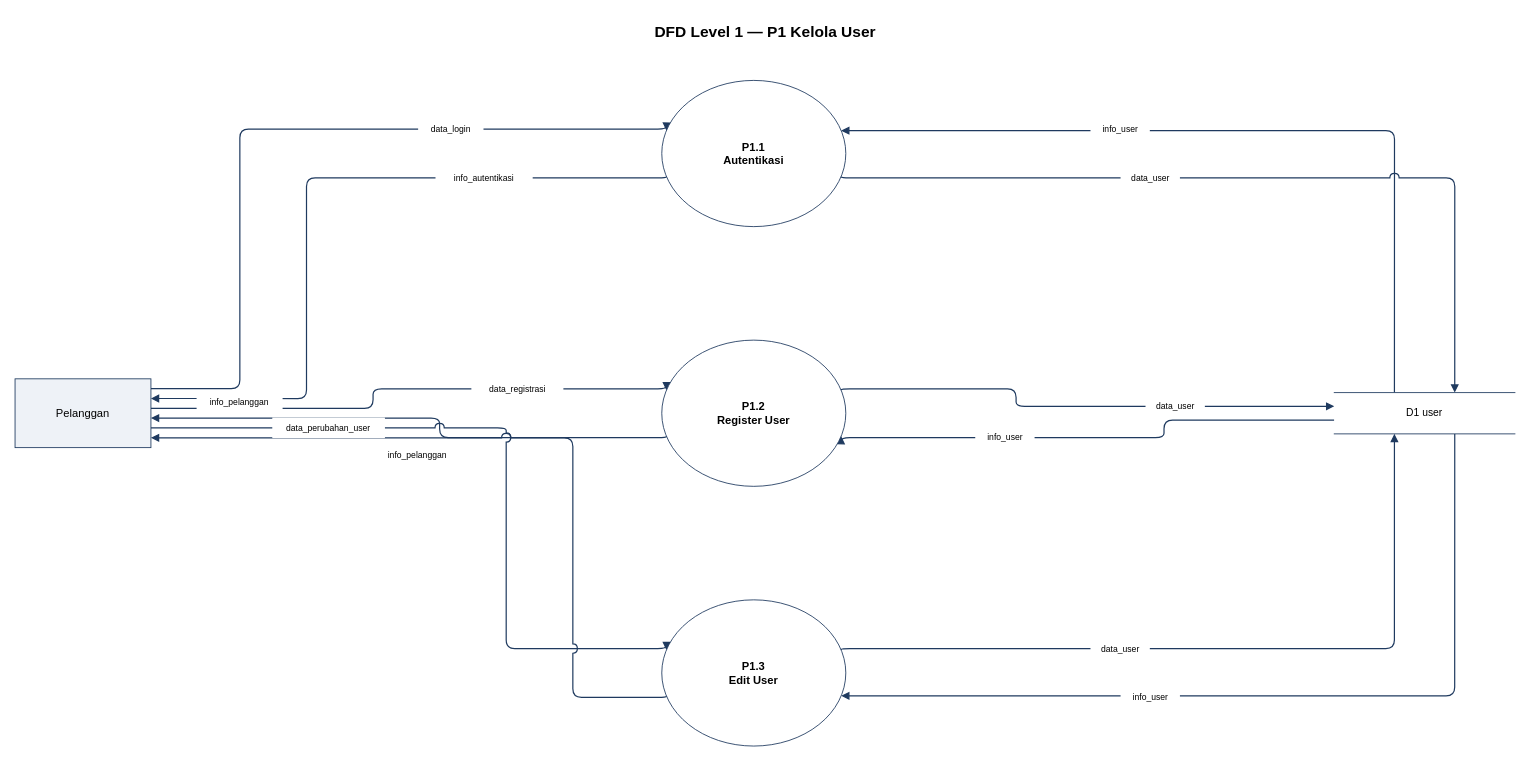
This is result/without/mellogang_dfd_level1_P1.drawio from ryuken25/diagrams, a draw.io file, before an edit. Source tidied: cells renumbered, new cells numbered last; positions are measured from the earlier drawing's top-left corner, leaving out a move shared by most shapes. Both pictures are drawn from the tidied source at 86%, with x=0, y=0 at pixel (15, 15).
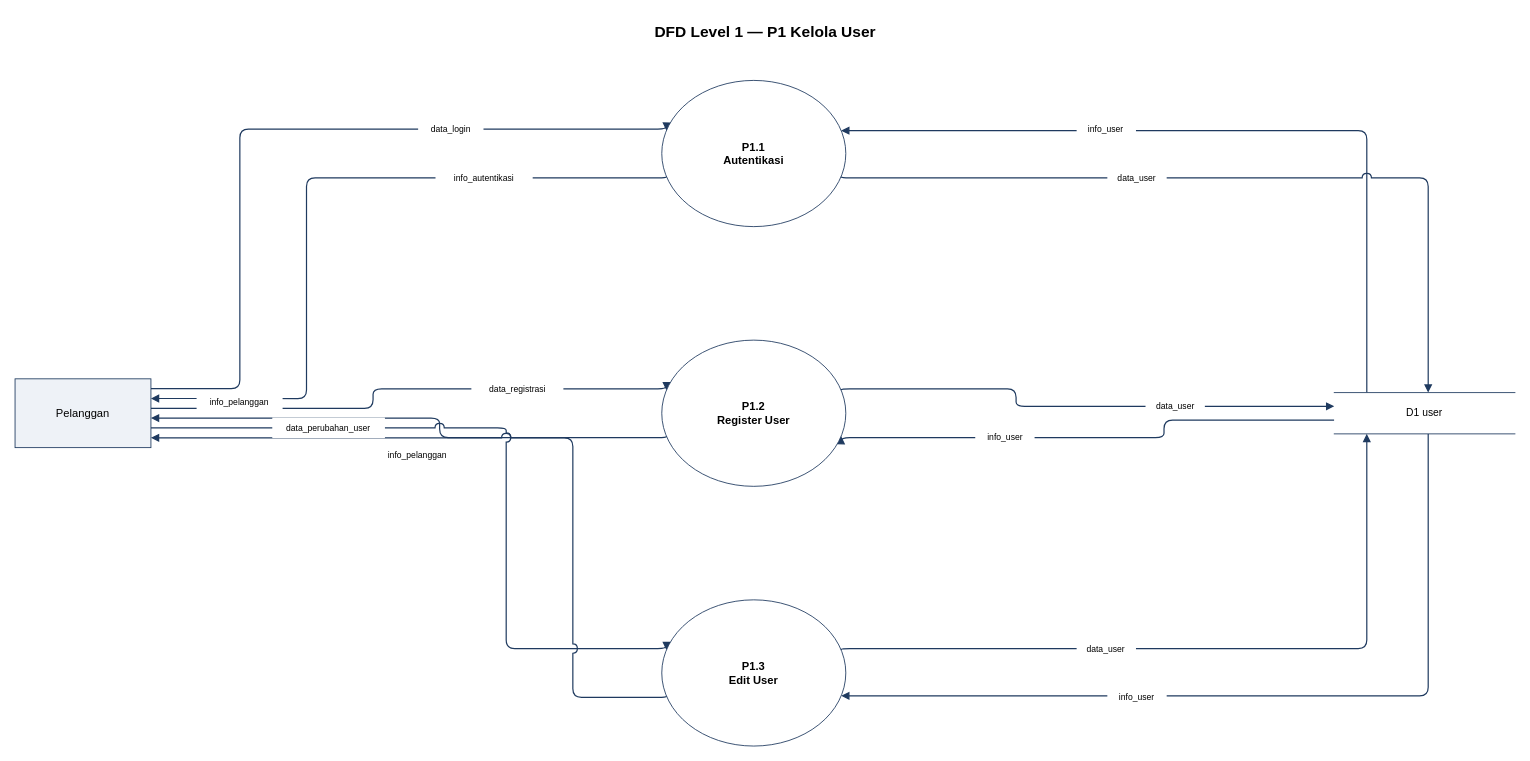
The same diagram, later.

Unchanged cells that the change refers to:
```xml
<mxCell id="14" value="P1.1&#10;Autentikasi" style="ellipse;whiteSpace=wrap;html=1;fillColor=#FFFFFF;strokeColor=#1F3A5F;fontSize=13;fontStyle=1;verticalAlign=middle;" parent="1" vertex="1">
  <mxGeometry x="752" y="76" width="214" height="170" as="geometry" />
</mxCell>
<mxCell id="16" value="P1.3&#10;Edit User" style="ellipse;whiteSpace=wrap;html=1;fillColor=#FFFFFF;strokeColor=#1F3A5F;fontSize=13;fontStyle=1;verticalAlign=middle;" parent="1" vertex="1">
  <mxGeometry x="752" y="680" width="214" height="170" as="geometry" />
</mxCell>
<mxCell id="18" value="D1  user" style="shape=partialRectangle;top=1;bottom=1;left=0;right=0;whiteSpace=wrap;html=1;fillColor=#FFFFFF;strokeColor=#1F3A5F;fontSize=12;align=center;" parent="1" vertex="1">
  <mxGeometry x="1534" y="439" width="210" height="48" as="geometry" />
</mxCell>
```

The edit, as a diff of the source:
```diff
@@
-    <mxCell id="8" style="html=1;rounded=1;strokeColor=#1F3A5F;strokeWidth=1.4;endArrow=block;startArrow=none;jumpStyle=arc;jumpSize=10;edgeStyle=orthogonalEdgeStyle;exitX=0.333;exitY=0.000;entryX=1.000;entryY=0.333;exitDx=0;exitDy=0;entryDx=0;entryDy=0;" parent="1" edge="1" source="18" target="14">
+    <mxCell id="8" style="html=1;rounded=1;strokeColor=#1F3A5F;strokeWidth=1.4;endArrow=block;startArrow=none;jumpStyle=arc;jumpSize=10;edgeStyle=orthogonalEdgeStyle;exitX=0.180;exitY=0.000;entryX=1.000;entryY=0.333;exitDx=0;exitDy=0;entryDx=0;entryDy=0;" parent="1" edge="1" source="18" target="14">
       <mxGeometry relative="1" as="geometry">
         <Array as="points">
-          <mxPoint x="1604" y="439" />
-          <mxPoint x="1604" y="132.7" />
+          <mxPoint x="1571.8" y="439" />
+          <mxPoint x="1571.8" y="132.7" />
         </Array>
       </mxGeometry>
     </mxCell>
-    <mxCell id="9" style="html=1;rounded=1;strokeColor=#1F3A5F;strokeWidth=1.4;endArrow=block;startArrow=none;jumpStyle=arc;jumpSize=10;edgeStyle=orthogonalEdgeStyle;exitX=1.000;exitY=0.667;entryX=0.667;entryY=0.000;exitDx=0;exitDy=0;entryDx=0;entryDy=0;" parent="1" edge="1" source="14" target="18">
+    <mxCell id="9" style="html=1;rounded=1;strokeColor=#1F3A5F;strokeWidth=1.4;endArrow=block;startArrow=none;jumpStyle=arc;jumpSize=10;edgeStyle=orthogonalEdgeStyle;exitX=1.000;exitY=0.667;entryX=0.520;entryY=0.000;exitDx=0;exitDy=0;entryDx=0;entryDy=0;" parent="1" edge="1" source="14" target="18">
       <mxGeometry relative="1" as="geometry">
         <Array as="points">
-          <mxPoint x="1674" y="189.3" />
-          <mxPoint x="1674" y="439" />
+          <mxPoint x="1643.2" y="189.3" />
+          <mxPoint x="1643.2" y="439" />
         </Array>
       </mxGeometry>
     </mxCell>
@@
-    <mxCell id="12" style="html=1;rounded=1;strokeColor=#1F3A5F;strokeWidth=1.4;endArrow=block;startArrow=none;jumpStyle=arc;jumpSize=10;edgeStyle=orthogonalEdgeStyle;exitX=1.000;exitY=0.333;entryX=0.333;entryY=1.000;exitDx=0;exitDy=0;entryDx=0;entryDy=0;" parent="1" edge="1" source="16" target="18">
+    <mxCell id="12" style="html=1;rounded=1;strokeColor=#1F3A5F;strokeWidth=1.4;endArrow=block;startArrow=none;jumpStyle=arc;jumpSize=10;edgeStyle=orthogonalEdgeStyle;exitX=1.000;exitY=0.333;entryX=0.180;entryY=1.000;exitDx=0;exitDy=0;entryDx=0;entryDy=0;" parent="1" edge="1" source="16" target="18">
       <mxGeometry relative="1" as="geometry">
         <Array as="points">
-          <mxPoint x="1604" y="736.7" />
-          <mxPoint x="1604" y="487" />
+          <mxPoint x="1571.8" y="736.7" />
+          <mxPoint x="1571.8" y="487" />
         </Array>
       </mxGeometry>
     </mxCell>
-    <mxCell id="13" style="html=1;rounded=1;strokeColor=#1F3A5F;strokeWidth=1.4;endArrow=block;startArrow=none;jumpStyle=arc;jumpSize=10;edgeStyle=orthogonalEdgeStyle;exitX=0.667;exitY=1.000;entryX=1.000;entryY=0.667;exitDx=0;exitDy=0;entryDx=0;entryDy=0;" parent="1" edge="1" source="18" target="16">
+    <mxCell id="13" style="html=1;rounded=1;strokeColor=#1F3A5F;strokeWidth=1.4;endArrow=block;startArrow=none;jumpStyle=arc;jumpSize=10;edgeStyle=orthogonalEdgeStyle;exitX=0.520;exitY=1.000;entryX=1.000;entryY=0.667;exitDx=0;exitDy=0;entryDx=0;entryDy=0;" parent="1" edge="1" source="18" target="16">
       <mxGeometry relative="1" as="geometry">
         <Array as="points">
-          <mxPoint x="1674" y="487" />
-          <mxPoint x="1674" y="793.3" />
+          <mxPoint x="1643.2" y="487" />
+          <mxPoint x="1643.2" y="793.3" />
         </Array>
       </mxGeometry>
     </mxCell>
@@
     <mxCell id="25" value="info_user" style="text;html=1;align=center;verticalAlign=middle;fontSize=10;rounded=0;fillColor=#FFFFFF;strokeColor=none;whiteSpace=wrap;spacing=2;" parent="1" vertex="1">
-      <mxGeometry x="1250.5" y="120.7" width="69" height="24" as="geometry" />
+      <mxGeometry x="1234.4" y="120.7" width="69" height="24" as="geometry" />
     </mxCell>
     <mxCell id="26" value="data_user" style="text;html=1;align=center;verticalAlign=middle;fontSize=10;rounded=0;fillColor=#FFFFFF;strokeColor=none;whiteSpace=wrap;spacing=2;" parent="1" vertex="1">
-      <mxGeometry x="1285.5" y="177.4" width="69" height="24" as="geometry" />
+      <mxGeometry x="1270.1" y="177.4" width="69" height="24" as="geometry" />
     </mxCell>
@@
     <mxCell id="29" value="data_user" style="text;html=1;align=center;verticalAlign=middle;fontSize=10;rounded=0;fillColor=#FFFFFF;strokeColor=none;whiteSpace=wrap;spacing=2;" parent="1" vertex="1">
-      <mxGeometry x="1250.5" y="724.6" width="69" height="24" as="geometry" />
+      <mxGeometry x="1234.4" y="724.6" width="69" height="24" as="geometry" />
     </mxCell>
     <mxCell id="30" value="info_user" style="text;html=1;align=center;verticalAlign=middle;fontSize=10;rounded=0;fillColor=#FFFFFF;strokeColor=none;whiteSpace=wrap;spacing=2;" parent="1" vertex="1">
-      <mxGeometry x="1285.5" y="781.3" width="69" height="24" as="geometry" />
+      <mxGeometry x="1270.1" y="781.3" width="69" height="24" as="geometry" />
     </mxCell>
```
